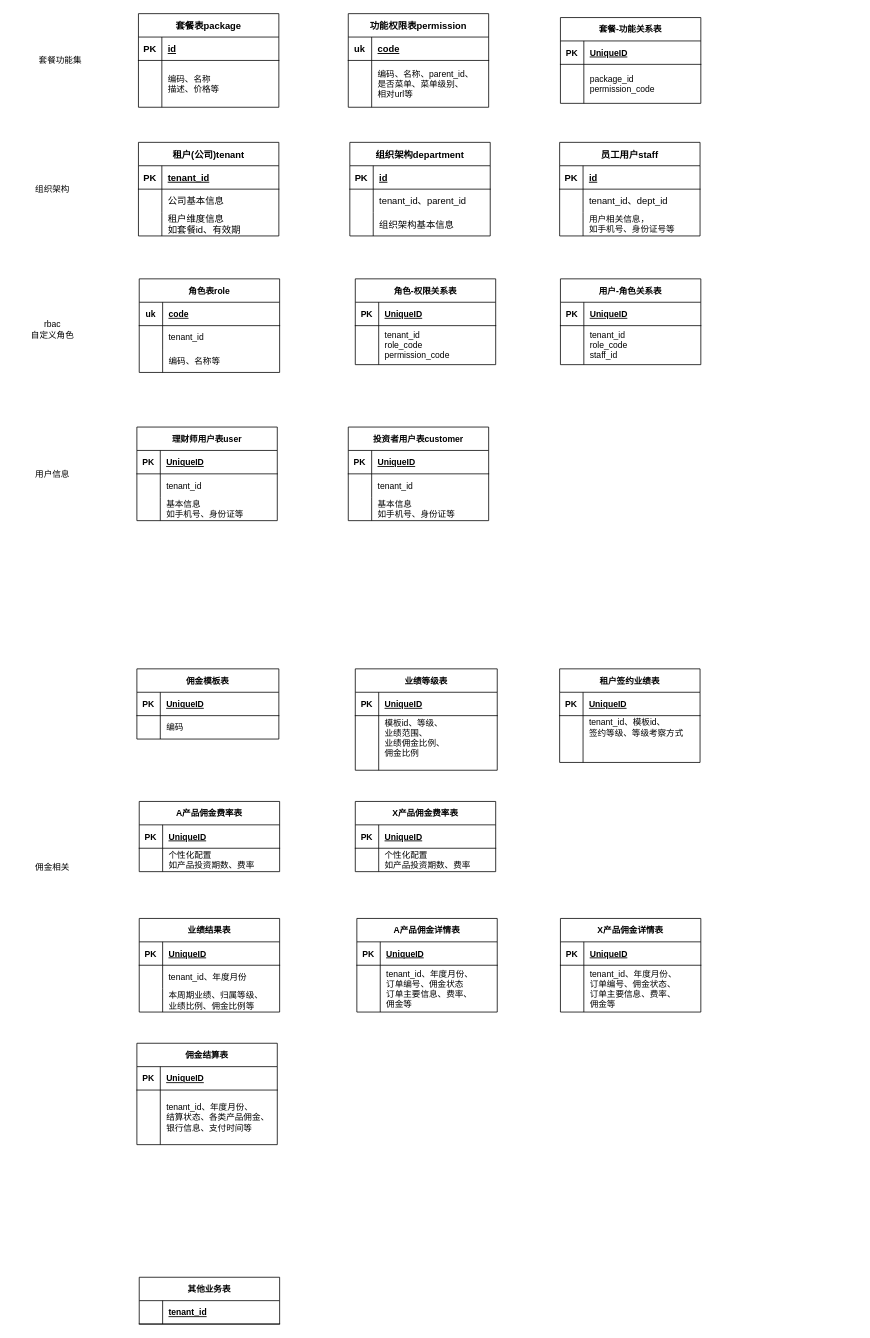
Before: saas数据模型.drawio in chlInGithub/diagrams, a draw.io diagram. Source tidied: cells renumbered, new cells numbered last; positions are measured from the earlier drawing's top-left corner, leaving out a move shared by most shapes. Both pictures are drawn from the tidied source at 78%, with x=0, y=0 at pixel (13, 13).
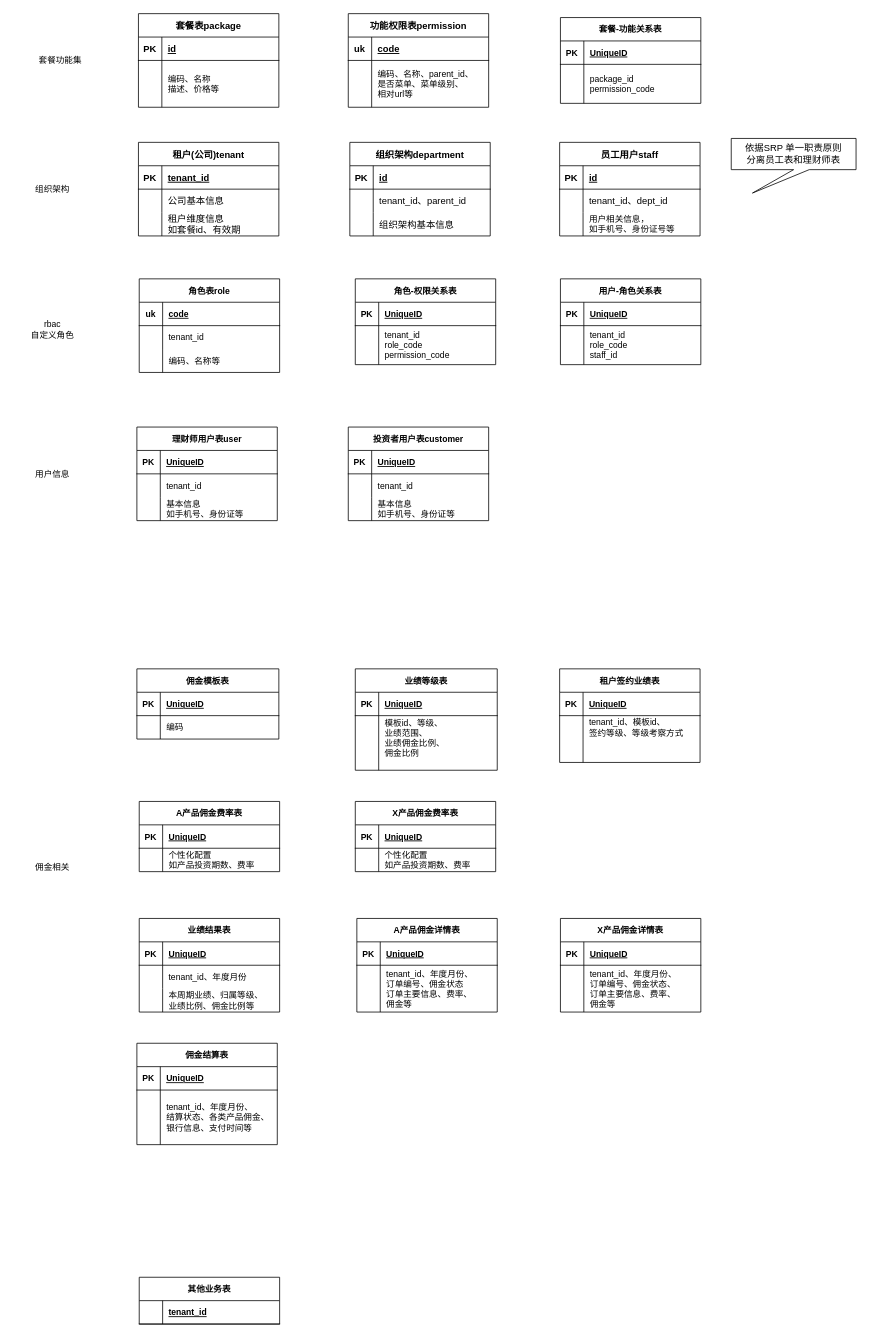
The same page after the edit.

Commit message:
更新saas数据模型.drawio

The edit, as a diff of the source:
```diff
@@
+    <mxCell id="175" value="依据SRP 单一职责原则&lt;br&gt;分离员工表和理财师表" style="shape=callout;whiteSpace=wrap;html=1;perimeter=calloutPerimeter;position2=0.17;" parent="1" vertex="1">
+      <mxGeometry x="920" y="160" width="160" height="70" as="geometry" />
+    </mxCell>
```
